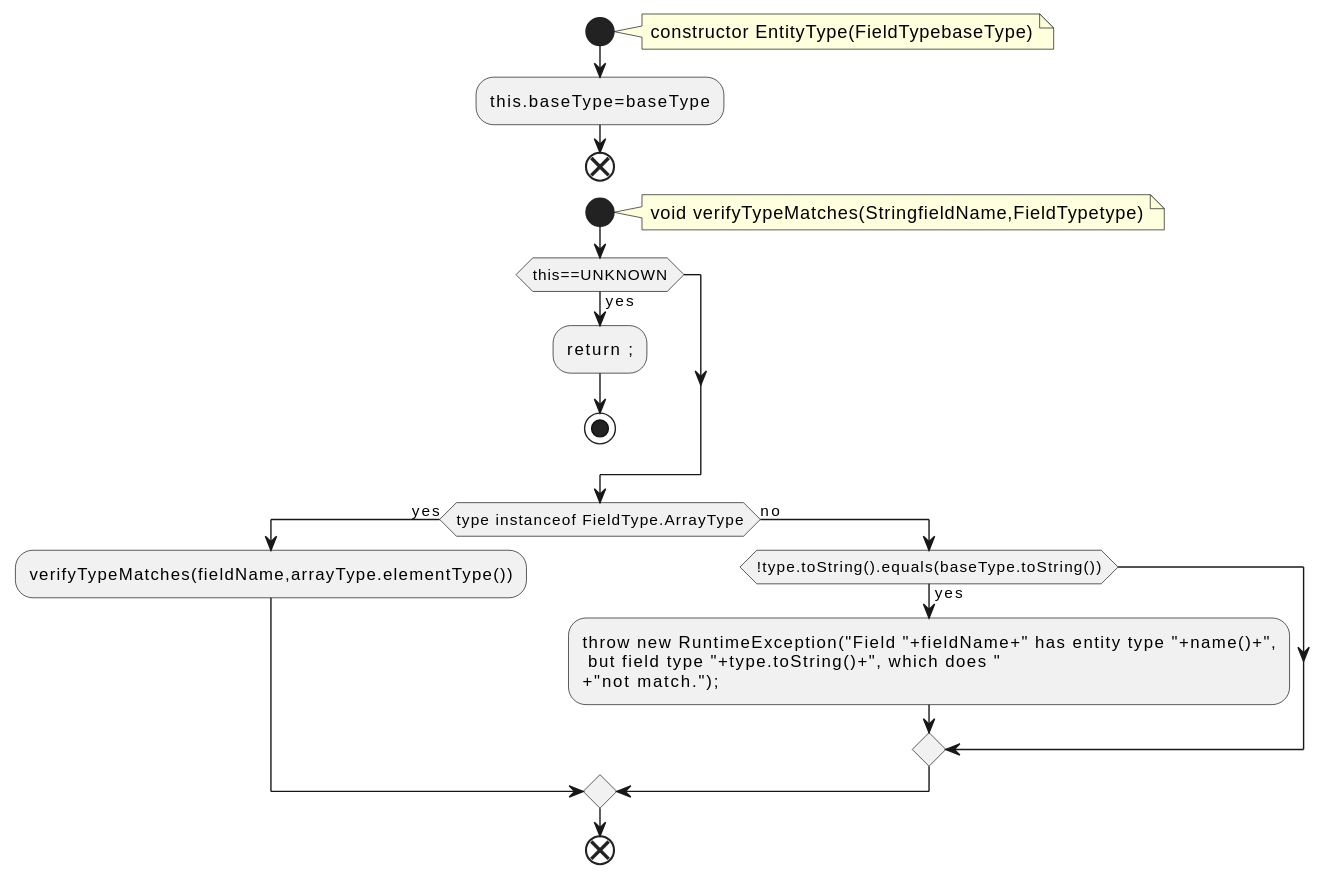
qualitesys/kafka keeps this PlantUML diagram as docs/qc/generator/src/main/java/org/apache/kafka/message/EntityType.java.fct.svg. Above is the earlier version. Its diagram source:
```plantuml
@startuml
!pragma layout smetana
start
note right
constructor EntityType(FieldTypebaseType)
end note
:this.baseType=baseType;
end
start
note right
void verifyTypeMatches(StringfieldName,FieldTypetype)
end note
if (this==UNKNOWN) then (yes)
:return ;;
stop
endif
if (type instanceof FieldType.ArrayType) then (yes)
:verifyTypeMatches(fieldName,arrayType.elementType());
else (no)
if (!type.toString().equals(baseType.toString())) then (yes)
:throw new RuntimeException("Field "+fieldName+" has entity type "+name()+",
 but field type "+type.toString()+", which does "
+"not match.");;
endif
endif
end
@enduml
```
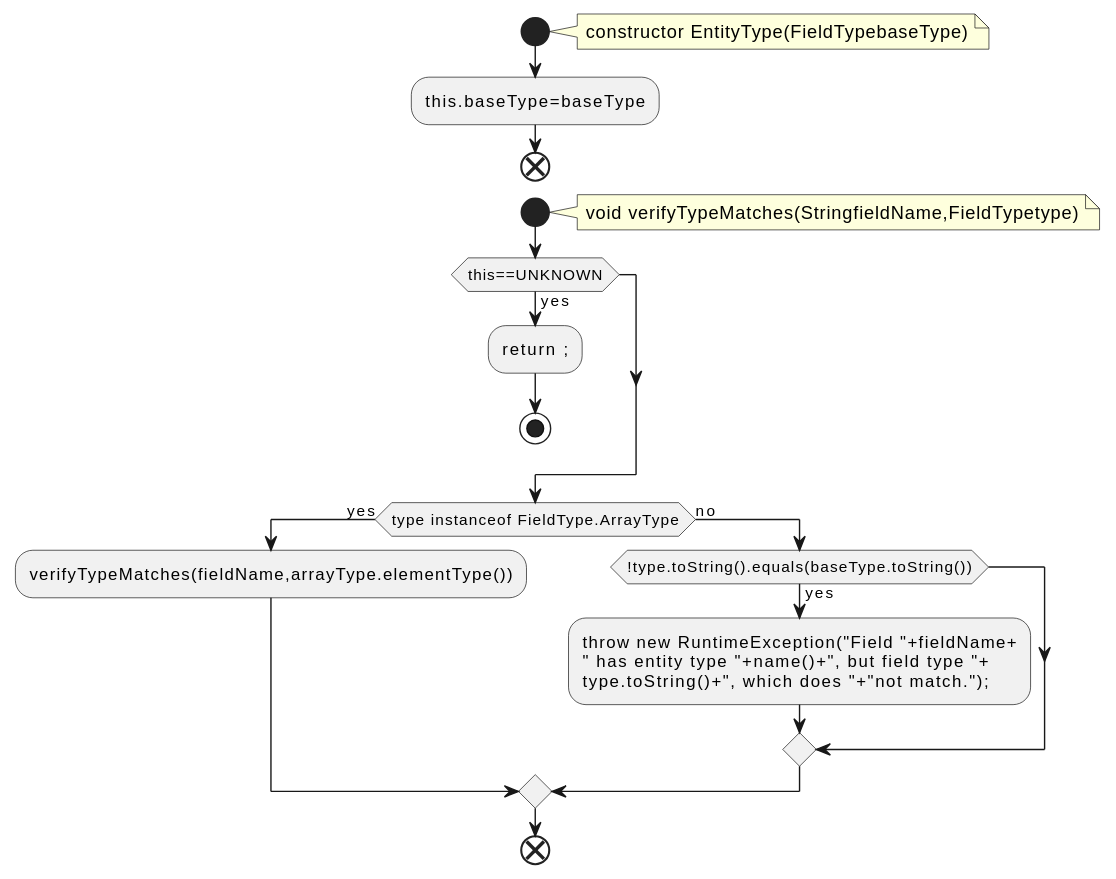
The same file after the commit.

Diff of the diagram source:
```diff
@@ -18,9 +18,9 @@
 :verifyTypeMatches(fieldName,arrayType.elementType());
 else (no)
 if (!type.toString().equals(baseType.toString())) then (yes)
-:throw new RuntimeException("Field "+fieldName+" has entity type "+name()+",
- but field type "+type.toString()+", which does "
-+"not match.");;
+:throw new RuntimeException("Field "+fieldName+
+" has entity type "+name()+", but field type "+
+type.toString()+", which does "+"not match.");;
 endif
 endif
 end
```
